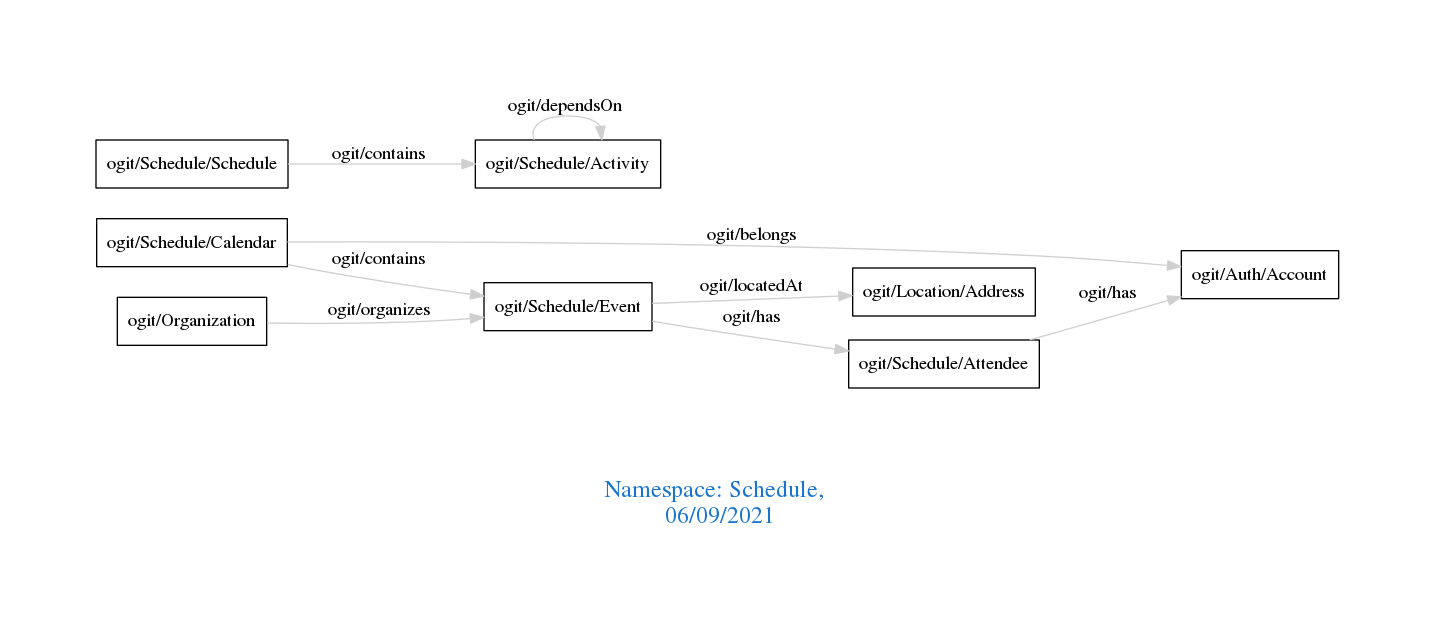
arago/OGIT keeps this Graphviz diagram as downloads/Schedule.png. Above is the earlier version. Its source is kept beside it as downloads/Schedule.dot.
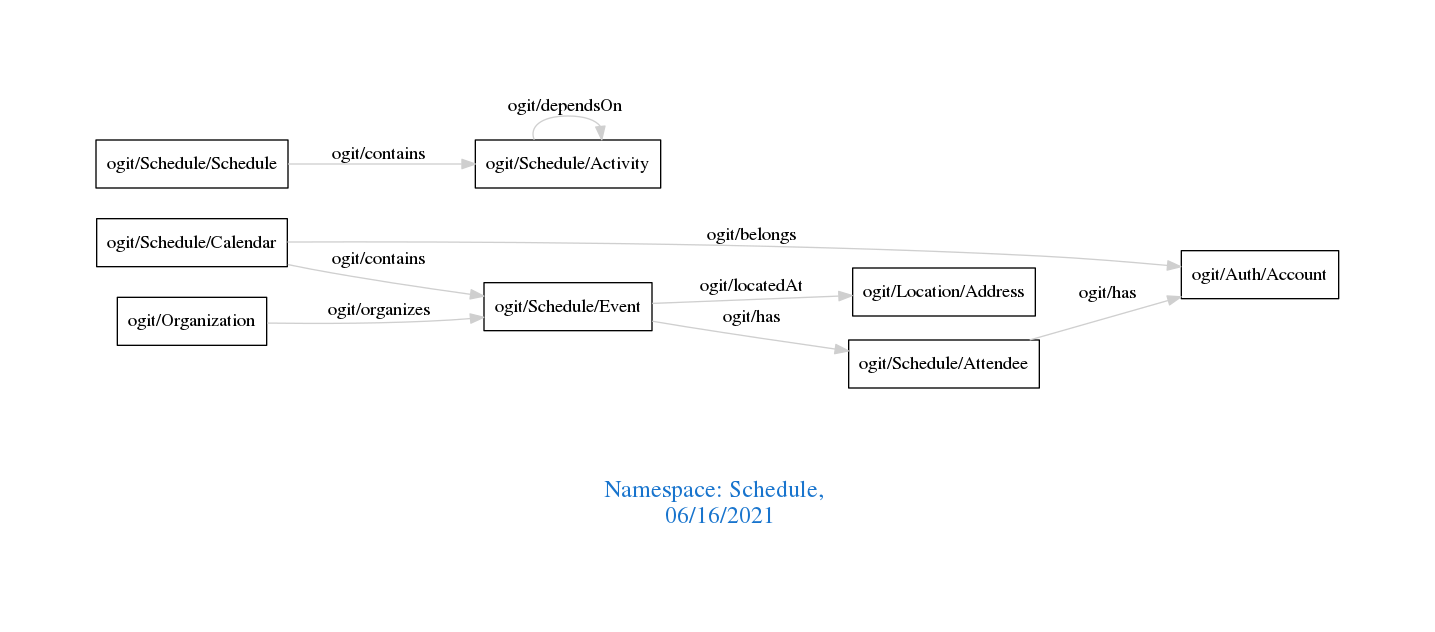
Later version of the same file.

Change to the diagram source:
```diff
@@ -1,7 +1,7 @@
 digraph OGIT_ontology {
  graph [ rankdir= LR,pad=1
 fontsize = 18,
-fontcolor= dodgerblue3,label = "\n\n\nNamespace: Schedule, \n 06/09/2021"];
+fontcolor= dodgerblue3,label = "\n\n\nNamespace: Schedule, \n 06/16/2021"];
 node[shape=polygon];
 edge [  color="gray81"];
 
```
